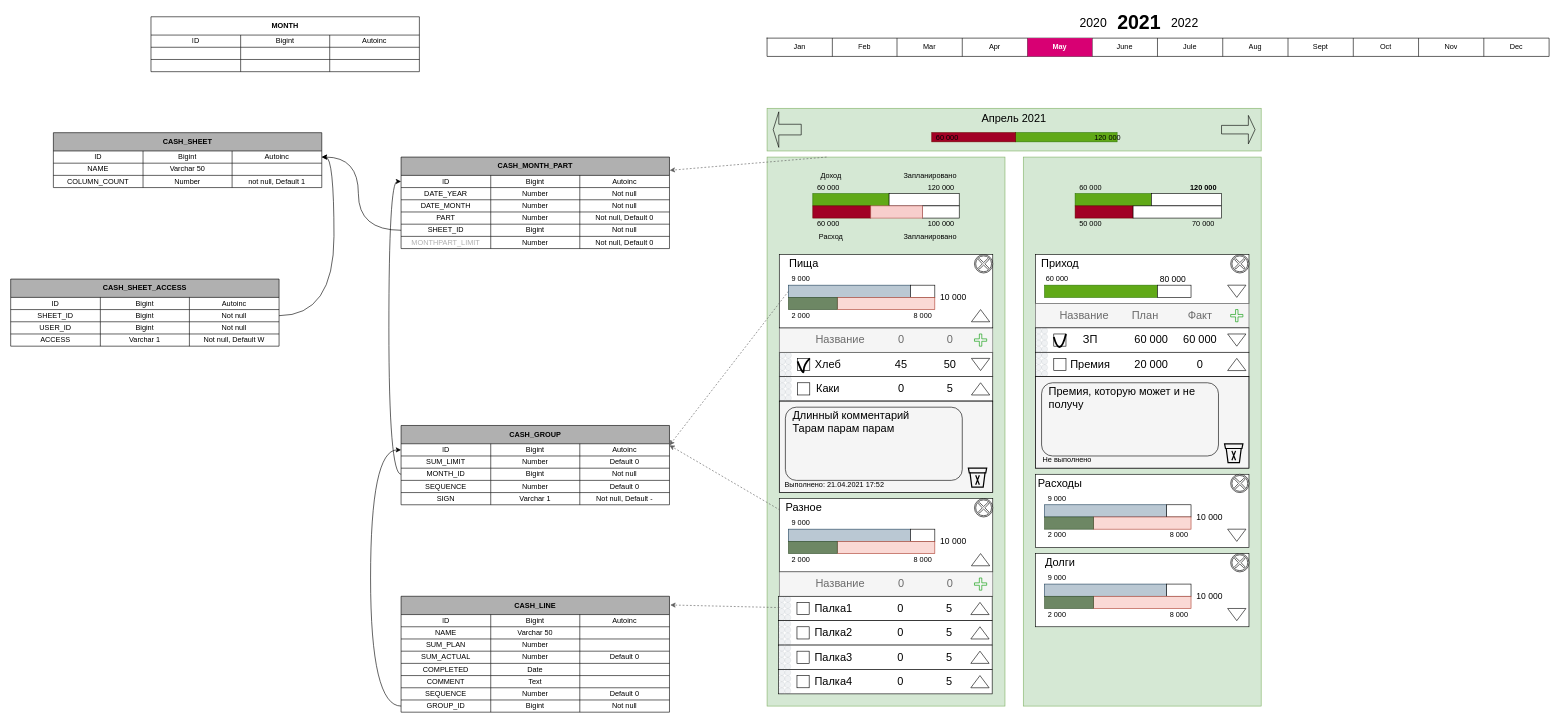
alwertus/alwservf keeps this draw.io diagram as page "Structure" (1 of 2) of drawio_cash.drawio. Above is the earlier version. Source tidied: cells renumbered, new cells numbered last; positions are measured from the earlier drawing's top-left corner, leaving out a move shared by most shapes. Both pictures are drawn from the tidied source at 61%, with x=0, y=0 at pixel (10, 10).
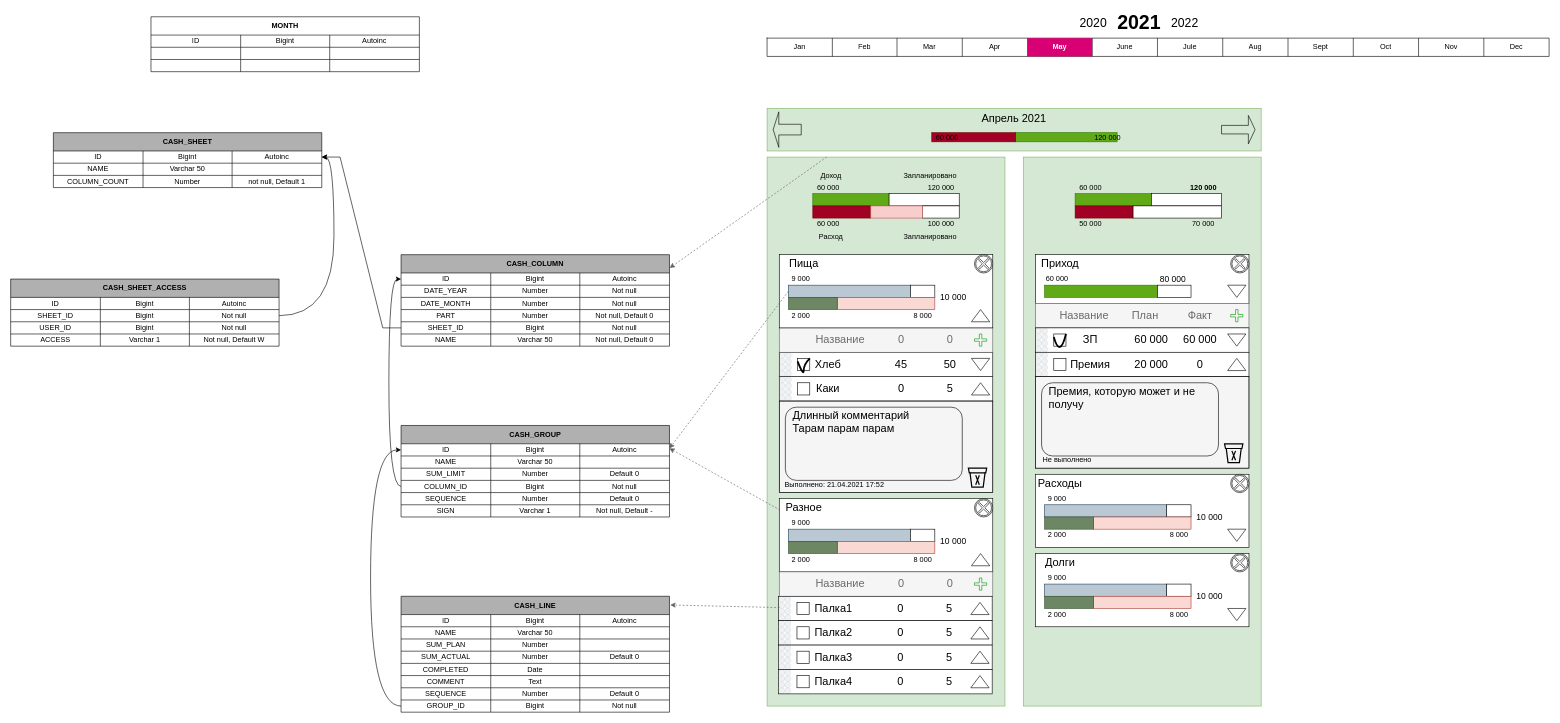
After the change.

Unchanged cells that the change refers to:
```xml
<mxCell id="305" style="shape=partialRectangle;html=1;whiteSpace=wrap;fillColor=none;top=0;left=0;bottom=0;right=0;points=[[0,0.5],[1,0.5]];portConstraint=eastwest;" parent="288" vertex="1">
  <mxGeometry y="110" width="440" height="20" as="geometry" />
</mxCell>
<mxCell id="309" style="shape=partialRectangle;html=1;whiteSpace=wrap;fillColor=none;top=0;left=0;bottom=0;right=0;" parent="288" vertex="1">
  <mxGeometry y="130" width="440" height="20" as="geometry" />
</mxCell>
<mxCell id="315" style="shape=partialRectangle;html=1;whiteSpace=wrap;fillColor=none;top=0;left=0;bottom=0;right=0;points=[[0,0.5],[1,0.5]];portConstraint=eastwest;" parent="314" vertex="1">
  <mxGeometry y="30" width="440" height="20" as="geometry" />
</mxCell>
```

The edit, as a diff of the source:
```diff
@@
     <mxCell id="266" value="CASH_GROUP" style="shape=table;html=1;whiteSpace=wrap;startSize=30;childLayout=tableLayout;fontStyle=1;align=center;fillColor=#B0B0B0;" parent="1" vertex="1">
-      <mxGeometry x="640" y="680" width="440" height="130" as="geometry" />
+      <mxGeometry x="640" y="680" width="440" height="150" as="geometry" />
     </mxCell>
@@
+    <mxCell id="412" style="shape=partialRectangle;html=1;whiteSpace=wrap;fillColor=none;top=0;left=0;bottom=0;right=0;" parent="266" vertex="1">
+      <mxGeometry y="50" width="440" height="20" as="geometry" />
+    </mxCell>
+    <mxCell id="413" value="NAME" style="shape=partialRectangle;html=1;whiteSpace=wrap;fillColor=none;top=0;left=0;bottom=0;right=0;overflow=hidden;" parent="412" vertex="1">
+      <mxGeometry width="147" height="20" as="geometry" />
+    </mxCell>
+    <mxCell id="414" value="Varchar 50" style="shape=partialRectangle;html=1;whiteSpace=wrap;fillColor=none;top=0;left=0;bottom=0;right=0;overflow=hidden;" parent="412" vertex="1">
+      <mxGeometry x="147" width="146" height="20" as="geometry" />
+    </mxCell>
+    <mxCell id="415" style="shape=partialRectangle;html=1;whiteSpace=wrap;fillColor=none;top=0;left=0;bottom=0;right=0;overflow=hidden;" parent="412" vertex="1">
+      <mxGeometry x="293" width="147" height="20" as="geometry" />
+    </mxCell>
     <mxCell id="271" style="shape=partialRectangle;html=1;whiteSpace=wrap;fillColor=none;top=0;left=0;bottom=0;right=0;" parent="266" vertex="1">
-      <mxGeometry y="50" width="440" height="20" as="geometry" />
+      <mxGeometry y="70" width="440" height="20" as="geometry" />
     </mxCell>
@@
     <mxCell id="275" style="shape=partialRectangle;html=1;whiteSpace=wrap;fillColor=none;top=0;left=0;bottom=0;right=0;points=[[0,0.5],[1,0.5]];portConstraint=eastwest;" parent="266" vertex="1">
-      <mxGeometry y="70" width="440" height="20" as="geometry" />
+      <mxGeometry y="90" width="440" height="20" as="geometry" />
     </mxCell>
-    <mxCell id="276" value="MONTH_ID" style="shape=partialRectangle;html=1;whiteSpace=wrap;fillColor=none;top=0;left=0;bottom=0;right=0;overflow=hidden;" parent="275" vertex="1">
+    <mxCell id="276" value="COLUMN_ID" style="shape=partialRectangle;html=1;whiteSpace=wrap;fillColor=none;top=0;left=0;bottom=0;right=0;overflow=hidden;" parent="275" vertex="1">
       <mxGeometry width="147" height="20" as="geometry" />
     </mxCell>
@@
     <mxCell id="279" style="shape=partialRectangle;html=1;whiteSpace=wrap;fillColor=none;top=0;left=0;bottom=0;right=0;" parent="266" vertex="1">
-      <mxGeometry y="90" width="440" height="20" as="geometry" />
+      <mxGeometry y="110" width="440" height="20" as="geometry" />
     </mxCell>
@@
     <mxCell id="283" style="shape=partialRectangle;html=1;whiteSpace=wrap;fillColor=none;top=0;left=0;bottom=0;right=0;" parent="266" vertex="1">
-      <mxGeometry y="110" width="440" height="20" as="geometry" />
+      <mxGeometry y="130" width="440" height="20" as="geometry" />
     </mxCell>
@@
-    <mxCell id="288" value="CASH_MONTH_PART" style="shape=table;html=1;whiteSpace=wrap;startSize=30;childLayout=tableLayout;fontStyle=1;align=center;fillColor=#B0B0B0;" parent="1" vertex="1">
-      <mxGeometry x="640" y="240" width="440" height="150" as="geometry" />
+    <mxCell id="288" value="CASH_COLUMN" style="shape=table;html=1;whiteSpace=wrap;startSize=30;childLayout=tableLayout;fontStyle=1;align=center;fillColor=#B0B0B0;" parent="1" vertex="1">
+      <mxGeometry x="640" y="400" width="440" height="150" as="geometry" />
     </mxCell>
@@
-    <mxCell id="310" value="MONTHPART_LIMIT" style="shape=partialRectangle;html=1;whiteSpace=wrap;fillColor=none;top=0;left=0;bottom=0;right=0;overflow=hidden;fontColor=#B0B0B0;" parent="309" vertex="1">
+    <mxCell id="310" value="&lt;font color=&quot;#000000&quot;&gt;NAME&lt;/font&gt;" style="shape=partialRectangle;html=1;whiteSpace=wrap;fillColor=none;top=0;left=0;bottom=0;right=0;overflow=hidden;fontColor=#B0B0B0;" parent="309" vertex="1">
       <mxGeometry width="147" height="20" as="geometry" />
     </mxCell>
-    <mxCell id="311" value="Number" style="shape=partialRectangle;html=1;whiteSpace=wrap;fillColor=none;top=0;left=0;bottom=0;right=0;overflow=hidden;" parent="309" vertex="1">
+    <mxCell id="311" value="Varchar 50" style="shape=partialRectangle;html=1;whiteSpace=wrap;fillColor=none;top=0;left=0;bottom=0;right=0;overflow=hidden;" parent="309" vertex="1">
       <mxGeometry x="147" width="146" height="20" as="geometry" />
     </mxCell>
@@
-    <mxCell id="342" style="edgeStyle=orthogonalEdgeStyle;rounded=0;jettySize=auto;html=1;exitX=0;exitY=0.5;exitDx=0;exitDy=0;entryX=1;entryY=0.5;entryDx=0;entryDy=0;startArrow=none;startFill=0;endArrow=classic;endFill=1;curved=1;" parent="1" edge="1" source="305" target="315">
-      <mxGeometry relative="1" as="geometry">
-        <Array as="points">
-          <mxPoint x="570" y="360" />
-          <mxPoint x="570" y="240" />
-        </Array>
-      </mxGeometry>
+    <mxCell id="342" style="edgeStyle=entityRelationEdgeStyle;rounded=0;jettySize=auto;html=1;exitX=0;exitY=0.5;exitDx=0;exitDy=0;entryX=1;entryY=0.5;entryDx=0;entryDy=0;startArrow=none;startFill=0;endArrow=classic;endFill=1;" parent="1" edge="1" source="305" target="315">
+      <mxGeometry relative="1" as="geometry" />
     </mxCell>
```
